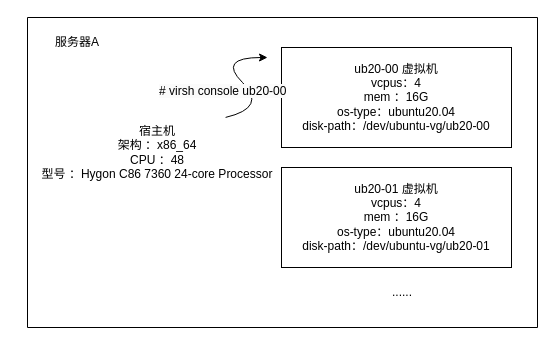
Above: page "第 1 页" (1 of 7) of Agent-1.drawio in Dong-J93/_pictures (draw.io), before the change. Source tidied: cells renumbered, new cells numbered last; positions are measured from the earlier drawing's top-left corner, leaving out a move shared by most shapes. Both pictures are drawn from the tidied source at 100%, with x=0, y=0 at pixel (17, 17).
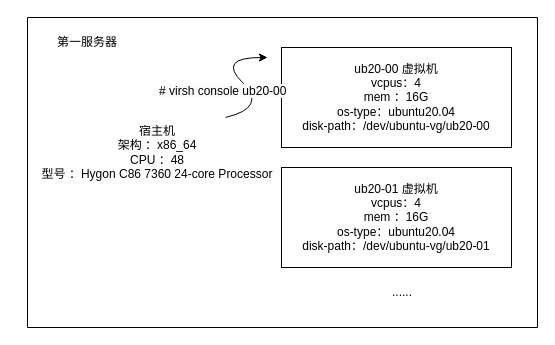
The same page after the edit.

Change to the diagram source:
```diff
@@
 <mxGraphModel>
   <root>
     <mxCell id="0" />
     <mxCell id="1" parent="0" />
     <mxCell id="2" value="&lt;font face=&quot;Helvetica&quot;&gt;ub20-00 虚拟机&lt;/font&gt;&lt;div&gt;&lt;font face=&quot;Helvetica&quot;&gt;vcpus：4&lt;/font&gt;&lt;/div&gt;&lt;div&gt;&lt;font face=&quot;Helvetica&quot;&gt;mem ：16G&lt;br&gt;&lt;/font&gt;&lt;div&gt;&lt;font face=&quot;Helvetica&quot;&gt;os-type：ubuntu20.04&lt;/font&gt;&lt;/div&gt;&lt;/div&gt;&lt;div&gt;&lt;font face=&quot;Helvetica&quot;&gt;disk-path：/dev/ubuntu-vg/ub20-00&lt;/font&gt;&lt;/div&gt;" style="rounded=0;whiteSpace=wrap;html=1;" parent="1" vertex="1">
       <mxGeometry x="264" y="30" width="230" height="100" as="geometry" />
     </mxCell>
     <mxCell id="3" style="curved=1;endArrow=classic;html=1;rounded=0;exitX=0.454;exitY=0.998;exitDx=0;exitDy=0;exitPerimeter=0;" parent="1" edge="1" source="7">
       <mxGeometry relative="1" as="geometry">
         <mxPoint x="250" y="40" as="targetPoint" />
         <Array as="points">
           <mxPoint x="250" y="90" />
           <mxPoint x="200" y="40" />
         </Array>
       </mxGeometry>
     </mxCell>
     <mxCell id="4" value="&lt;font style=&quot;color: rgb(0, 0, 0);&quot; face=&quot;Helvetica&quot;&gt;宿主机&lt;/font&gt;&lt;div&gt;&lt;font style=&quot;color: rgb(0, 0, 0);&quot; face=&quot;Helvetica&quot;&gt;架构 ：x86_64&lt;/font&gt;&lt;/div&gt;&lt;div&gt;&lt;font style=&quot;color: rgb(0, 0, 0);&quot; face=&quot;Helvetica&quot;&gt;CPU ：48&lt;/font&gt;&lt;/div&gt;&lt;div&gt;&lt;font style=&quot;color: rgb(0, 0, 0);&quot; face=&quot;Helvetica&quot;&gt;型&lt;font style=&quot;font-size: 12px;&quot;&gt;号 ：&lt;span style=&quot;background-color: rgb(255, 255, 255); white-space: pre;&quot;&gt;Hygon C86 7360 24-core Processor&lt;/span&gt;&lt;/font&gt;&lt;/font&gt;&lt;/div&gt;" style="text;html=1;align=center;verticalAlign=middle;whiteSpace=wrap;rounded=0;" parent="1" vertex="1">
       <mxGeometry y="100" width="280" height="70" as="geometry" />
     </mxCell>
     <mxCell id="5" value="&lt;font face=&quot;Helvetica&quot;&gt;ub20-01 虚拟机&lt;/font&gt;&lt;div&gt;&lt;font face=&quot;Helvetica&quot;&gt;vcpus：4&lt;/font&gt;&lt;/div&gt;&lt;div&gt;&lt;font face=&quot;Helvetica&quot;&gt;mem ：16G&lt;br&gt;&lt;/font&gt;&lt;div&gt;&lt;font face=&quot;Helvetica&quot;&gt;os-type：ubuntu20.04&lt;/font&gt;&lt;/div&gt;&lt;/div&gt;&lt;div&gt;&lt;font face=&quot;Helvetica&quot;&gt;disk-path：/dev/ubuntu-vg/ub20-01&lt;/font&gt;&lt;/div&gt;" style="rounded=0;whiteSpace=wrap;html=1;" parent="1" vertex="1">
       <mxGeometry x="264" y="150" width="230" height="100" as="geometry" />
     </mxCell>
     <mxCell id="6" value="......" style="text;html=1;align=center;verticalAlign=middle;whiteSpace=wrap;rounded=0;" parent="1" vertex="1">
       <mxGeometry x="310" y="260" width="150" height="30" as="geometry" />
     </mxCell>
     <mxCell id="7" value="&lt;span style=&quot;color: rgb(0, 0, 0); font-size: 12px; font-style: normal; font-variant-ligatures: normal; font-variant-caps: normal; font-weight: 400; letter-spacing: normal; orphans: 2; text-align: center; text-indent: 0px; text-transform: none; widows: 2; word-spacing: 0px; -webkit-text-stroke-width: 0px; white-space: normal; background-color: rgb(251, 251, 251); text-decoration-thickness: initial; text-decoration-style: initial; text-decoration-color: initial; float: none; display: inline !important;&quot;&gt;&lt;font face=&quot;Helvetica&quot;&gt;# virsh console ub20-00&lt;/font&gt;&lt;/span&gt;" style="text;whiteSpace=wrap;html=1;" parent="1" vertex="1">
       <mxGeometry x="140" y="60" width="150" height="40" as="geometry" />
     </mxCell>
     <mxCell id="8" style="swimlane;startSize=0;" parent="1" vertex="1">
       <mxGeometry x="10" width="510" height="310" as="geometry" />
     </mxCell>
-    <mxCell id="9" value="服务器A" style="text;html=1;align=center;verticalAlign=middle;whiteSpace=wrap;rounded=0;" parent="8" vertex="1">
-      <mxGeometry x="20" y="10" width="60" height="30" as="geometry" />
+    <mxCell id="9" value="第一服务器" style="text;html=1;align=center;verticalAlign=middle;whiteSpace=wrap;rounded=0;" parent="8" vertex="1">
+      <mxGeometry x="20" y="10" width="80" height="30" as="geometry" />
     </mxCell>
   </root>
 </mxGraphModel>
```
